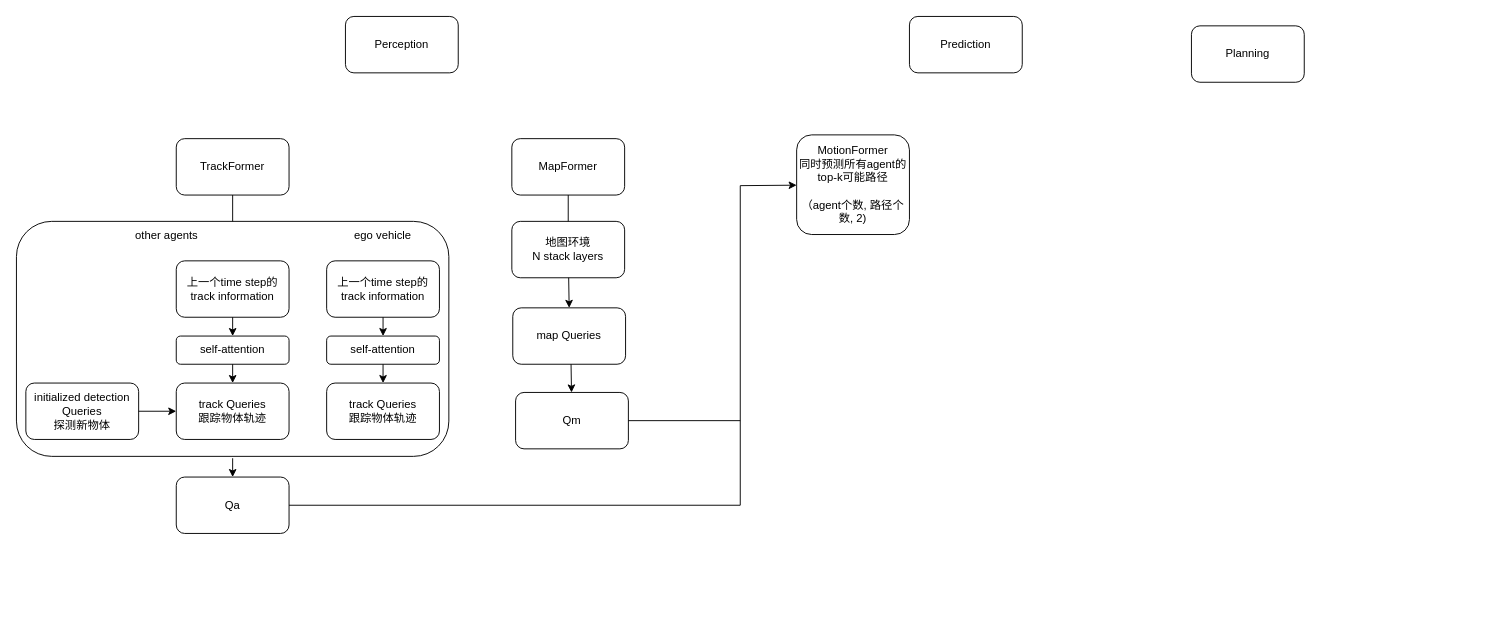
This is uniAD.drawio from wxxsusie/files, a draw.io file, before an edit. Source tidied: cells renumbered, new cells numbered last; positions are measured from the earlier drawing's top-left corner, leaving out a move shared by most shapes. Both pictures are drawn from the tidied source at 94%, with x=0, y=0 at pixel (16, 16).
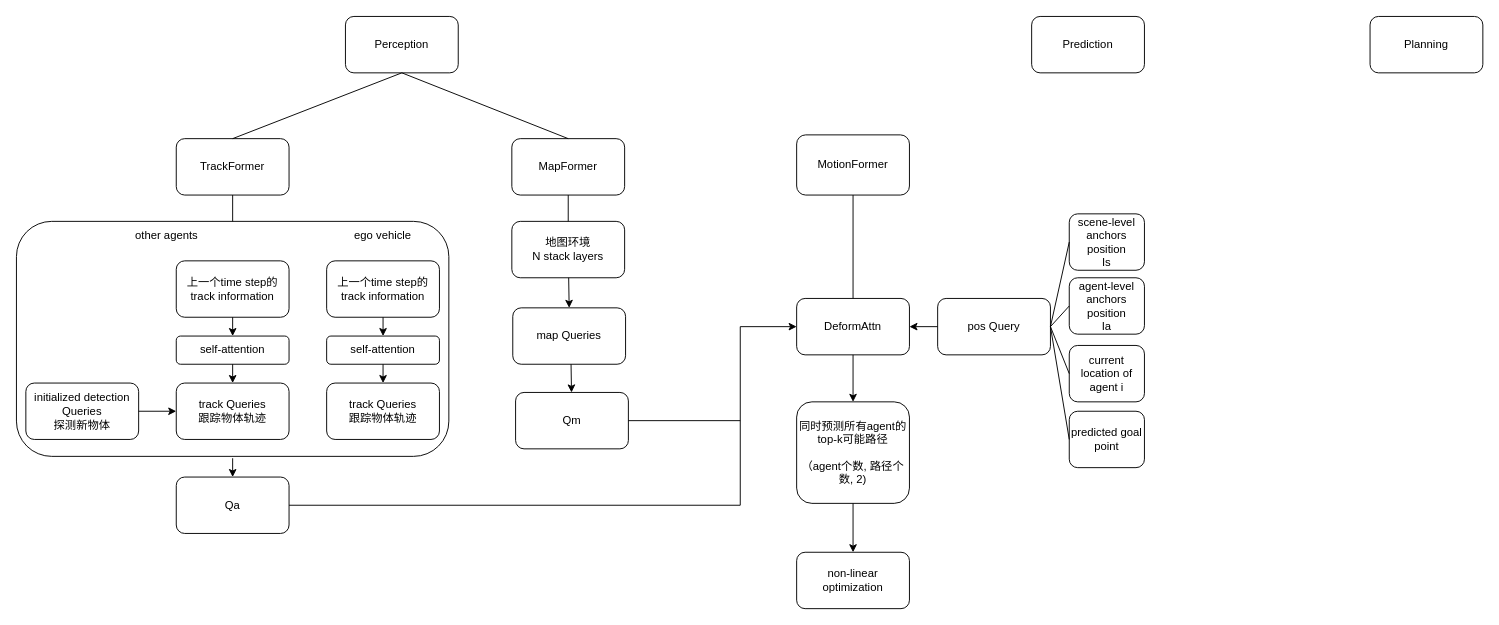
After the change.

Unchanged cells that the change refers to:
```xml
<mxCell id="3" value="Perception" style="rounded=1;whiteSpace=wrap;html=1;" parent="1" vertex="1">
  <mxGeometry x="350" width="120" height="60" as="geometry" />
</mxCell>
<mxCell id="6" value="TrackFormer" style="rounded=1;whiteSpace=wrap;html=1;" parent="1" vertex="1">
  <mxGeometry x="170" y="130" width="120" height="60" as="geometry" />
</mxCell>
<mxCell id="7" value="MapFormer" style="rounded=1;whiteSpace=wrap;html=1;" parent="1" vertex="1">
  <mxGeometry x="527" y="130" width="120" height="60" as="geometry" />
</mxCell>
```

Diff of the diagram source:
```diff
@@
     <mxCell id="4" value="Prediction" style="rounded=1;whiteSpace=wrap;html=1;" parent="1" vertex="1">
-      <mxGeometry x="950" width="120" height="60" as="geometry" />
+      <mxGeometry x="1080" width="120" height="60" as="geometry" />
     </mxCell>
     <mxCell id="5" value="Planning" style="rounded=1;whiteSpace=wrap;html=1;" parent="1" vertex="1">
-      <mxGeometry x="1250" y="10" width="120" height="60" as="geometry" />
+      <mxGeometry x="1440" width="120" height="60" as="geometry" />
     </mxCell>
@@
-    <mxCell id="25" value="MotionFormer&lt;div&gt;同时预测所有agent的top-k可能路径&lt;/div&gt;&lt;div&gt;&lt;br&gt;&lt;/div&gt;&lt;div&gt;（agent个数, 路径个数, 2)&lt;/div&gt;" style="rounded=1;whiteSpace=wrap;html=1;" parent="1" vertex="1">
-      <mxGeometry x="830" y="126" width="120" height="106" as="geometry" />
+    <mxCell id="25" value="MotionFormer" style="rounded=1;whiteSpace=wrap;html=1;" parent="1" vertex="1">
+      <mxGeometry x="830" y="126" width="120" height="64" as="geometry" />
     </mxCell>
@@
     <mxCell id="31" style="endArrow=none;html=1;rounded=0;" parent="1" edge="1">
       <mxGeometry relative="1" as="geometry">
         <mxPoint x="770" y="520" as="sourcePoint" />
-        <mxPoint x="770" y="180" as="targetPoint" />
+        <mxPoint x="770" y="330" as="targetPoint" />
       </mxGeometry>
     </mxCell>
@@
-    <mxCell id="33" style="endArrow=classic;html=1;rounded=0;" parent="1" edge="1" target="25">
+    <mxCell id="33" style="endArrow=classic;html=1;rounded=0;entryX=0;entryY=0.5;entryDx=0;entryDy=0;" parent="1" edge="1" target="36">
       <mxGeometry relative="1" as="geometry">
-        <mxPoint x="770" y="180" as="sourcePoint" />
+        <mxPoint x="770" y="330" as="sourcePoint" />
       </mxGeometry>
     </mxCell>
@@
+    <mxCell id="36" value="DeformAttn" style="rounded=1;whiteSpace=wrap;html=1;" parent="1" vertex="1">
+      <mxGeometry x="830" y="300" width="120" height="60" as="geometry" />
+    </mxCell>
+    <mxCell id="37" value="scene-level anchors position&lt;div&gt;Is&lt;/div&gt;" style="rounded=1;whiteSpace=wrap;html=1;" parent="1" vertex="1">
+      <mxGeometry x="1120" y="210" width="80" height="60" as="geometry" />
+    </mxCell>
+    <mxCell id="38" value="agent-level anchors position&lt;div&gt;Ia&lt;/div&gt;" style="rounded=1;whiteSpace=wrap;html=1;" parent="1" vertex="1">
+      <mxGeometry x="1120" y="278" width="80" height="60" as="geometry" />
+    </mxCell>
+    <mxCell id="39" value="current location of agent i" style="rounded=1;whiteSpace=wrap;html=1;" parent="1" vertex="1">
+      <mxGeometry x="1120" y="350" width="80" height="60" as="geometry" />
+    </mxCell>
+    <mxCell id="40" value="predicted goal point" style="rounded=1;whiteSpace=wrap;html=1;" parent="1" vertex="1">
+      <mxGeometry x="1120" y="420" width="80" height="60" as="geometry" />
+    </mxCell>
+    <mxCell id="41" value="pos Query" style="rounded=1;whiteSpace=wrap;html=1;" parent="1" vertex="1">
+      <mxGeometry x="980" y="300" width="120" height="60" as="geometry" />
+    </mxCell>
+    <mxCell id="42" style="endArrow=none;html=1;rounded=0;exitX=0;exitY=0.5;exitDx=0;exitDy=0;entryX=1;entryY=0.5;entryDx=0;entryDy=0;" parent="1" edge="1" source="37" target="41">
+      <mxGeometry relative="1" as="geometry" />
+    </mxCell>
+    <mxCell id="43" style="endArrow=none;html=1;rounded=0;exitX=0;exitY=0.5;exitDx=0;exitDy=0;entryX=1;entryY=0.5;entryDx=0;entryDy=0;" parent="1" edge="1" source="38" target="41">
+      <mxGeometry relative="1" as="geometry" />
+    </mxCell>
+    <mxCell id="44" style="endArrow=none;html=1;rounded=0;exitX=0;exitY=0.5;exitDx=0;exitDy=0;entryX=1;entryY=0.5;entryDx=0;entryDy=0;" parent="1" edge="1" source="39" target="41">
+      <mxGeometry relative="1" as="geometry" />
+    </mxCell>
+    <mxCell id="45" style="endArrow=none;html=1;rounded=0;entryX=0;entryY=0.5;entryDx=0;entryDy=0;exitX=1;exitY=0.5;exitDx=0;exitDy=0;" parent="1" edge="1" source="41" target="40">
+      <mxGeometry relative="1" as="geometry" />
+    </mxCell>
+    <mxCell id="46" value="&lt;div&gt;同时预测所有agent的top-k可能路径&lt;/div&gt;&lt;div&gt;&lt;br&gt;&lt;/div&gt;&lt;div&gt;（agent个数, 路径个数, 2)&lt;/div&gt;" style="rounded=1;whiteSpace=wrap;html=1;" parent="1" vertex="1">
+      <mxGeometry x="830" y="410" width="120" height="108" as="geometry" />
+    </mxCell>
+    <mxCell id="47" style="endArrow=classic;html=1;rounded=0;exitX=0;exitY=0.5;exitDx=0;exitDy=0;entryX=1;entryY=0.5;entryDx=0;entryDy=0;" parent="1" edge="1" source="41" target="36">
+      <mxGeometry relative="1" as="geometry" />
+    </mxCell>
+    <mxCell id="48" style="endArrow=none;html=1;rounded=0;entryX=0.5;entryY=1;entryDx=0;entryDy=0;exitX=0.5;exitY=0;exitDx=0;exitDy=0;" parent="1" edge="1" source="36" target="25">
+      <mxGeometry relative="1" as="geometry" />
+    </mxCell>
+    <mxCell id="49" value="non-linear optimization" style="rounded=1;whiteSpace=wrap;html=1;" parent="1" vertex="1">
+      <mxGeometry x="830" y="570" width="120" height="60" as="geometry" />
+    </mxCell>
+    <mxCell id="50" style="endArrow=classic;html=1;rounded=0;exitX=0.5;exitY=1;exitDx=0;exitDy=0;" parent="1" edge="1" source="36" target="46">
+      <mxGeometry relative="1" as="geometry" />
+    </mxCell>
+    <mxCell id="51" style="endArrow=classic;html=1;rounded=0;exitX=0.5;exitY=1;exitDx=0;exitDy=0;" parent="1" edge="1" source="46" target="49">
+      <mxGeometry relative="1" as="geometry" />
+    </mxCell>
+    <mxCell id="52" style="endArrow=none;html=1;rounded=0;entryX=0.5;entryY=1;entryDx=0;entryDy=0;exitX=0.5;exitY=0;exitDx=0;exitDy=0;" parent="1" edge="1" source="6" target="3">
+      <mxGeometry relative="1" as="geometry" />
+    </mxCell>
+    <mxCell id="53" style="endArrow=none;html=1;rounded=0;exitX=0.5;exitY=0;exitDx=0;exitDy=0;" parent="1" edge="1" source="7">
+      <mxGeometry relative="1" as="geometry">
+        <mxPoint x="410" y="60" as="targetPoint" />
+      </mxGeometry>
+    </mxCell>
```
